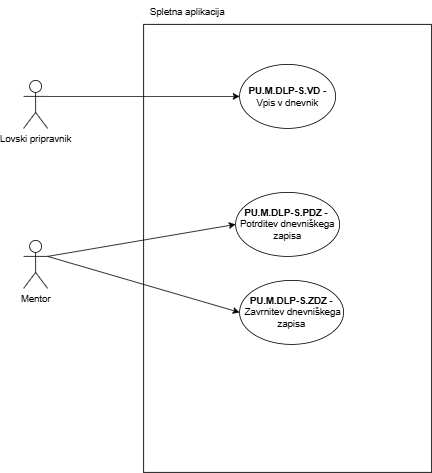
Before: Delo z lovskimi pripravniki-Spletna aplikacija.drawio.png, a diagram exported from draw.io (ErnestISv/Lovstvo). Source tidied: cells renumbered, new cells last; positions are measured from the earlier drawing's top-left corner, leaving out a move shared by most shapes.
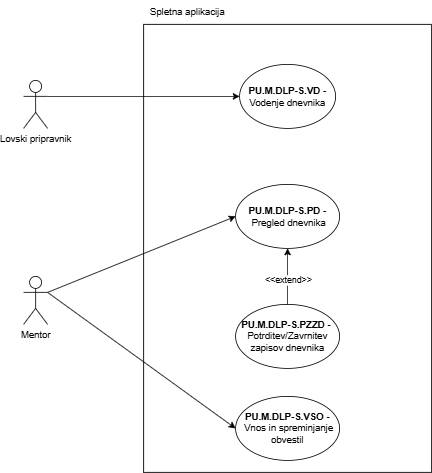
The same diagram one commit later.

Change to the diagram source:
```diff
@@ -8,29 +8,38 @@
     <mxCell id="3" value="Spletna aplikacija" style="text;html=1;align=center;verticalAlign=middle;whiteSpace=wrap;rounded=0;" parent="1" vertex="1">
       <mxGeometry x="150" width="110" height="30" as="geometry" />
     </mxCell>
-    <mxCell id="4" value="&lt;b&gt;PU.M.DLP-S.VD -&lt;/b&gt; Vpis v dnevnik" style="ellipse;whiteSpace=wrap;html=1;" parent="1" vertex="1">
+    <mxCell id="4" value="&lt;b&gt;PU.M.DLP-S.VD -&lt;/b&gt; Vodenje dnevnika" style="ellipse;whiteSpace=wrap;html=1;" parent="1" vertex="1">
       <mxGeometry x="270" y="80" width="120" height="80" as="geometry" />
     </mxCell>
-    <mxCell id="5" value="&lt;b&gt;PU.M.DLP-S.PDZ -&amp;nbsp;&lt;/b&gt;&lt;div&gt;Potrditev dnevniškega zapisa&lt;/div&gt;" style="ellipse;whiteSpace=wrap;html=1;" parent="1" vertex="1">
-      <mxGeometry x="265" y="240" width="130" height="80" as="geometry" />
+    <mxCell id="5" value="&lt;b&gt;PU.M.DLP-S.PZZD -&amp;nbsp;&lt;/b&gt;&lt;div&gt;Potrditev/Zavrnitev zapisov dnevnika&lt;/div&gt;" style="ellipse;whiteSpace=wrap;html=1;" parent="1" vertex="1">
+      <mxGeometry x="265" y="380" width="130" height="80" as="geometry" />
     </mxCell>
-    <mxCell id="6" value="&lt;b&gt;PU.M.DLP-S.ZDZ -&lt;/b&gt;&amp;nbsp;Zavrnitev dnevniškega zapisa" style="ellipse;whiteSpace=wrap;html=1;" parent="1" vertex="1">
-      <mxGeometry x="270" y="350" width="130" height="80" as="geometry" />
+    <mxCell id="6" value="&lt;b&gt;PU.M.DLP-S.VSO -&lt;/b&gt;&amp;nbsp;Vnos in spreminjanje obvestil" style="ellipse;whiteSpace=wrap;html=1;" parent="1" vertex="1">
+      <mxGeometry x="265" y="495" width="130" height="80" as="geometry" />
     </mxCell>
     <mxCell id="7" value="Lovski pripravnik" style="shape=umlActor;verticalLabelPosition=bottom;verticalAlign=top;html=1;outlineConnect=0;" parent="1" vertex="1">
       <mxGeometry y="100" width="30" height="60" as="geometry" />
     </mxCell>
     <mxCell id="8" value="Mentor" style="shape=umlActor;verticalLabelPosition=bottom;verticalAlign=top;html=1;outlineConnect=0;" parent="1" vertex="1">
-      <mxGeometry y="300" width="30" height="60" as="geometry" />
+      <mxGeometry y="345" width="30" height="60" as="geometry" />
     </mxCell>
     <mxCell id="9" style="endArrow=classic;html=1;rounded=0;exitX=1;exitY=0.3333333333333333;exitDx=0;exitDy=0;exitPerimeter=0;entryX=0;entryY=0.5;entryDx=0;entryDy=0;" parent="1" edge="1" source="7" target="4">
       <mxGeometry relative="1" as="geometry" />
     </mxCell>
-    <mxCell id="10" style="endArrow=classic;html=1;rounded=0;exitX=1;exitY=0.3333333333333333;exitDx=0;exitDy=0;exitPerimeter=0;entryX=0;entryY=0.5;entryDx=0;entryDy=0;" parent="1" edge="1" source="8" target="5">
-      <mxGeometry relative="1" as="geometry" />
-    </mxCell>
     <mxCell id="11" style="endArrow=classic;html=1;rounded=0;exitX=1;exitY=0.3333333333333333;exitDx=0;exitDy=0;exitPerimeter=0;entryX=0;entryY=0.5;entryDx=0;entryDy=0;" parent="1" edge="1" source="8" target="6">
       <mxGeometry relative="1" as="geometry" />
     </mxCell>
+    <mxCell id="12" value="&lt;b&gt;PU.M.DLP-S.PD -&lt;/b&gt;&amp;nbsp;Pregled dnevnika" style="ellipse;whiteSpace=wrap;html=1;" parent="1" vertex="1">
+      <mxGeometry x="265" y="230" width="130" height="80" as="geometry" />
+    </mxCell>
+    <mxCell id="13" style="endArrow=classic;html=1;rounded=0;exitX=1;exitY=0.3333333333333333;exitDx=0;exitDy=0;exitPerimeter=0;entryX=0;entryY=0.5;entryDx=0;entryDy=0;" parent="1" edge="1" source="8" target="12">
+      <mxGeometry relative="1" as="geometry" />
+    </mxCell>
+    <mxCell id="14" style="endArrow=classic;html=1;rounded=0;entryX=0.5;entryY=1;entryDx=0;entryDy=0;exitX=0.5;exitY=0;exitDx=0;exitDy=0;" parent="1" edge="1" source="5" target="12">
+      <mxGeometry relative="1" as="geometry" />
+    </mxCell>
+    <mxCell id="15" value="&amp;lt;&amp;lt;extend&amp;gt;&amp;gt;" style="edgeLabel;html=1;align=center;verticalAlign=middle;" parent="14" vertex="1">
+      <mxGeometry x="-0.11" relative="1" as="geometry" />
+    </mxCell>
   </root>
 </mxGraphModel>
```
